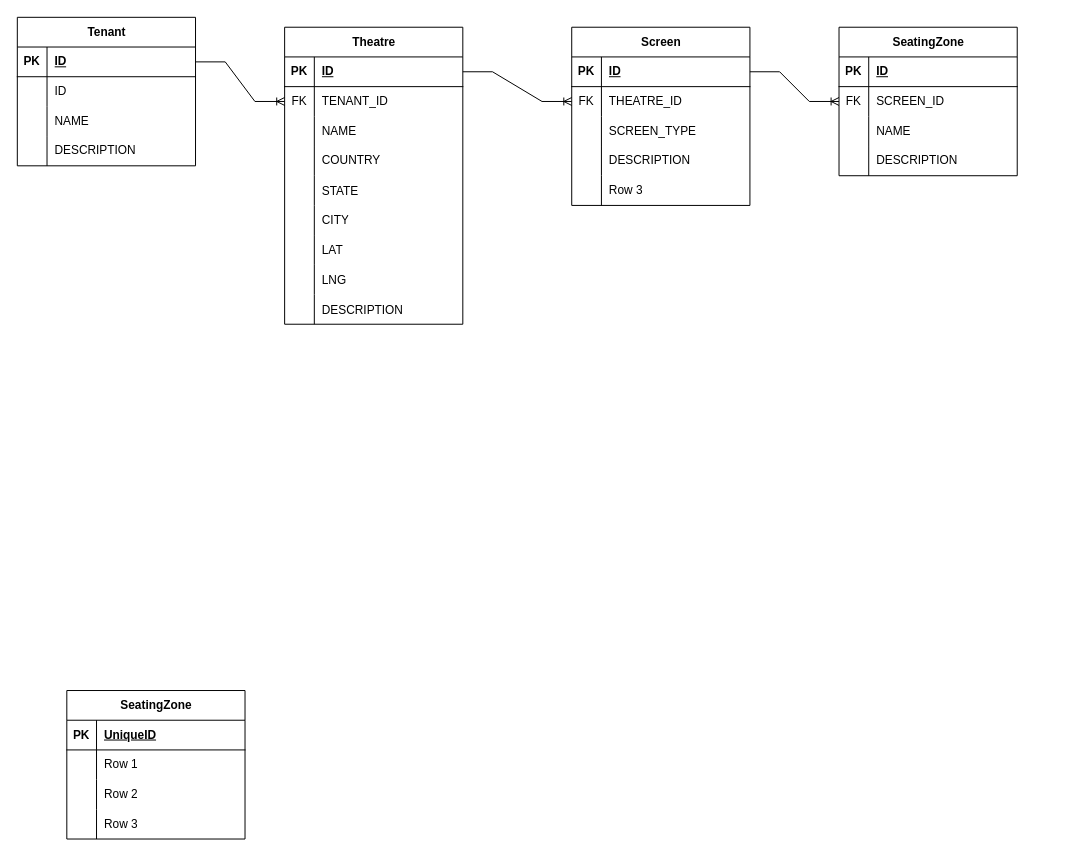
Above: Untitled Diagram.drawio in itzmedinesh/drawings (draw.io), before the change. Source tidied: cells renumbered, new cells numbered last; positions are measured from the earlier drawing's top-left corner, leaving out a move shared by most shapes. Both pictures are drawn from the tidied source at 99%, with x=0, y=0 at pixel (17, 17).
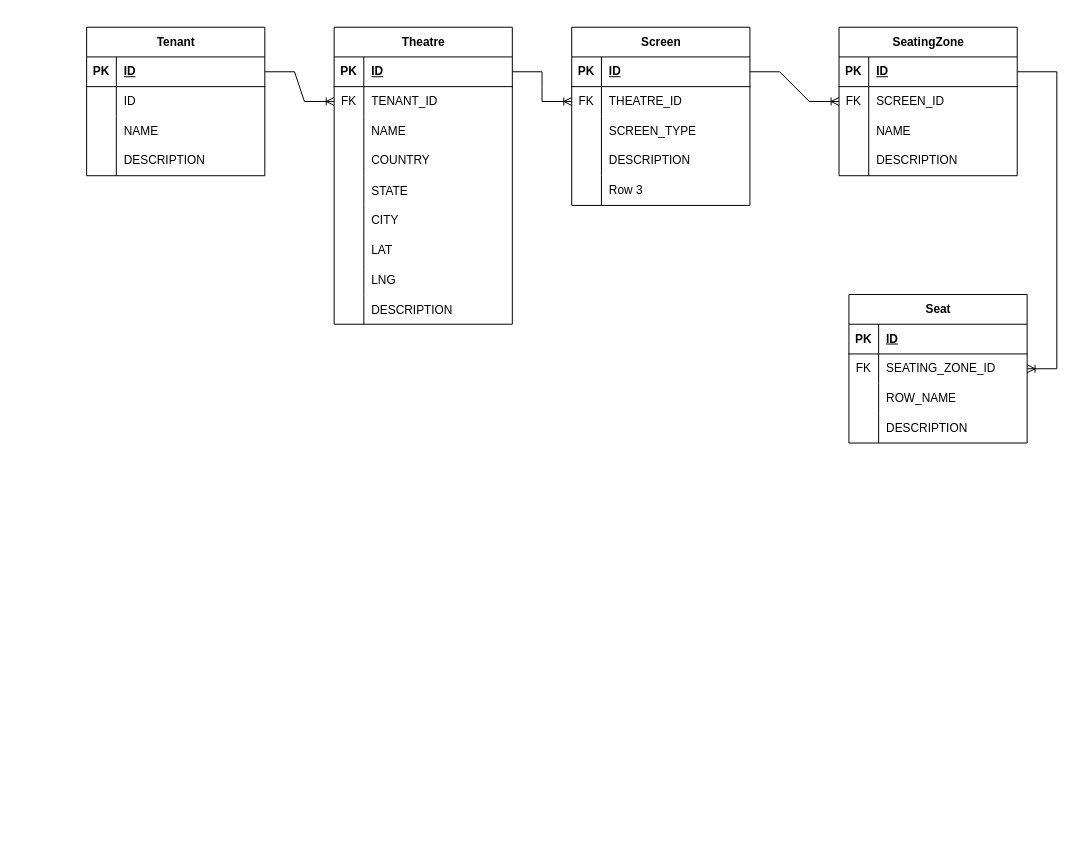
The same diagram, later.

The change refers to these unchanged cells:
```xml
<mxCell id="32" style="shape=tableRow;horizontal=0;startSize=0;swimlaneHead=0;swimlaneBody=0;fillColor=none;top=0;left=0;right=0;bottom=1;" parent="31" vertex="1">
  <mxGeometry y="30" width="180" height="30" as="geometry" />
</mxCell>
<mxCell id="35" style="shape=tableRow;horizontal=0;startSize=0;swimlaneHead=0;swimlaneBody=0;fillColor=none;points=[[0,0.5],[1,0.5]];portConstraint=eastwest;top=0;left=0;right=0;bottom=0;" parent="31" vertex="1">
  <mxGeometry y="60" width="180" height="30" as="geometry" />
</mxCell>
<mxCell id="38" style="shape=tableRow;horizontal=0;startSize=0;swimlaneHead=0;swimlaneBody=0;fillColor=none;top=0;left=0;right=0;bottom=0;" parent="31" vertex="1">
  <mxGeometry y="90" width="180" height="30" as="geometry" />
</mxCell>
<mxCell id="41" style="shape=tableRow;horizontal=0;startSize=0;swimlaneHead=0;swimlaneBody=0;fillColor=none;top=0;left=0;right=0;bottom=0;" parent="31" vertex="1">
  <mxGeometry y="120" width="180" height="30" as="geometry" />
</mxCell>
<mxCell id="47" style="shape=tableRow;horizontal=0;startSize=0;swimlaneHead=0;swimlaneBody=0;fillColor=none;points=[[0,0.5],[1,0.5]];portConstraint=eastwest;top=0;left=0;right=0;bottom=1;" parent="46" vertex="1">
  <mxGeometry y="30" width="180" height="30" as="geometry" />
</mxCell>
```

The edit, as a diff of the source:
```diff
@@
     <mxCell id="2" value="Tenant" style="shape=table;startSize=30;childLayout=tableLayout;rowLines=0;fontStyle=1;align=center;html=1;" parent="1" vertex="1">
-      <mxGeometry width="180" height="150" as="geometry" />
+      <mxGeometry x="70" y="10" width="180" height="150" as="geometry" />
     </mxCell>
@@
-    <mxCell id="31" value="SeatingZone" style="shape=table;startSize=30;childLayout=tableLayout;rowLines=0;fontStyle=1;align=center;html=1;" parent="1" vertex="1">
-      <mxGeometry x="50" y="680" width="180" height="150" as="geometry" />
+    <mxCell id="31" value="Seat" style="shape=table;startSize=30;childLayout=tableLayout;rowLines=0;fontStyle=1;align=center;html=1;" parent="1" vertex="1">
+      <mxGeometry x="840" y="280" width="180" height="150" as="geometry" />
     </mxCell>
@@
-    <mxCell id="34" value="UniqueID" style="shape=partialRectangle;fillColor=none;top=0;left=0;bottom=0;right=0;align=left;spacingLeft=6;fontStyle=5;overflow=hidden;whiteSpace=wrap;html=1;" parent="32" vertex="1">
+    <mxCell id="34" value="ID" style="shape=partialRectangle;fillColor=none;top=0;left=0;bottom=0;right=0;align=left;spacingLeft=6;fontStyle=5;overflow=hidden;whiteSpace=wrap;html=1;" parent="32" vertex="1">
       <mxGeometry x="30" width="150" height="30" as="geometry" />
     </mxCell>
@@
-    <mxCell id="36" style="shape=partialRectangle;fillColor=none;top=0;left=0;bottom=0;right=0;overflow=hidden;whiteSpace=wrap;html=1;" parent="35" vertex="1">
+    <mxCell id="36" value="FK" style="shape=partialRectangle;fillColor=none;top=0;left=0;bottom=0;right=0;overflow=hidden;whiteSpace=wrap;html=1;" parent="35" vertex="1">
       <mxGeometry width="30" height="30" as="geometry" />
     </mxCell>
-    <mxCell id="37" value="Row 1" style="shape=partialRectangle;fillColor=none;top=0;left=0;bottom=0;right=0;align=left;spacingLeft=6;overflow=hidden;whiteSpace=wrap;html=1;" parent="35" vertex="1">
+    <mxCell id="37" value="SEATING_ZONE_ID" style="shape=partialRectangle;fillColor=none;top=0;left=0;bottom=0;right=0;align=left;spacingLeft=6;overflow=hidden;whiteSpace=wrap;html=1;" parent="35" vertex="1">
       <mxGeometry x="30" width="150" height="30" as="geometry" />
     </mxCell>
@@
-    <mxCell id="40" value="Row 2" style="shape=partialRectangle;fillColor=none;top=0;left=0;bottom=0;right=0;align=left;spacingLeft=6;overflow=hidden;whiteSpace=wrap;html=1;" parent="38" vertex="1">
+    <mxCell id="40" value="ROW_NAME" style="shape=partialRectangle;fillColor=none;top=0;left=0;bottom=0;right=0;align=left;spacingLeft=6;overflow=hidden;whiteSpace=wrap;html=1;" parent="38" vertex="1">
       <mxGeometry x="30" width="150" height="30" as="geometry" />
     </mxCell>
@@
-    <mxCell id="43" value="Row 3" style="shape=partialRectangle;fillColor=none;top=0;left=0;bottom=0;right=0;align=left;spacingLeft=6;overflow=hidden;whiteSpace=wrap;html=1;" parent="41" vertex="1">
+    <mxCell id="43" value="DESCRIPTION" style="shape=partialRectangle;fillColor=none;top=0;left=0;bottom=0;right=0;align=left;spacingLeft=6;overflow=hidden;whiteSpace=wrap;html=1;" parent="41" vertex="1">
       <mxGeometry x="30" width="150" height="30" as="geometry" />
     </mxCell>
@@
     <mxCell id="59" value="Theatre" style="shape=table;startSize=30;childLayout=tableLayout;rowLines=0;fontStyle=1;align=center;html=1;" parent="1" vertex="1">
-      <mxGeometry x="270" y="10" width="180" height="300" as="geometry" />
+      <mxGeometry x="320" y="10" width="180" height="300" as="geometry" />
     </mxCell>
@@
+    <mxCell id="88" style="edgeStyle=entityRelationEdgeStyle;fontSize=12;html=1;endArrow=ERoneToMany;rounded=0;exitX=1;exitY=0.5;exitDx=0;exitDy=0;" parent="1" edge="1" source="47" target="35">
+      <mxGeometry relative="1" as="geometry" />
+    </mxCell>
```
